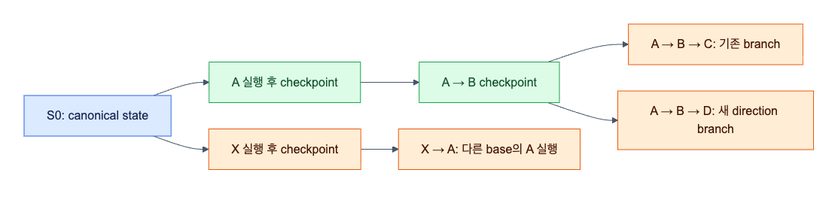
djm07073/baton-research keeps this Mermaid diagram as assets/diagrams/diagram-16.png. Above is the earlier version. Its source is kept beside it as assets/diagrams/diagram-16.mmd.
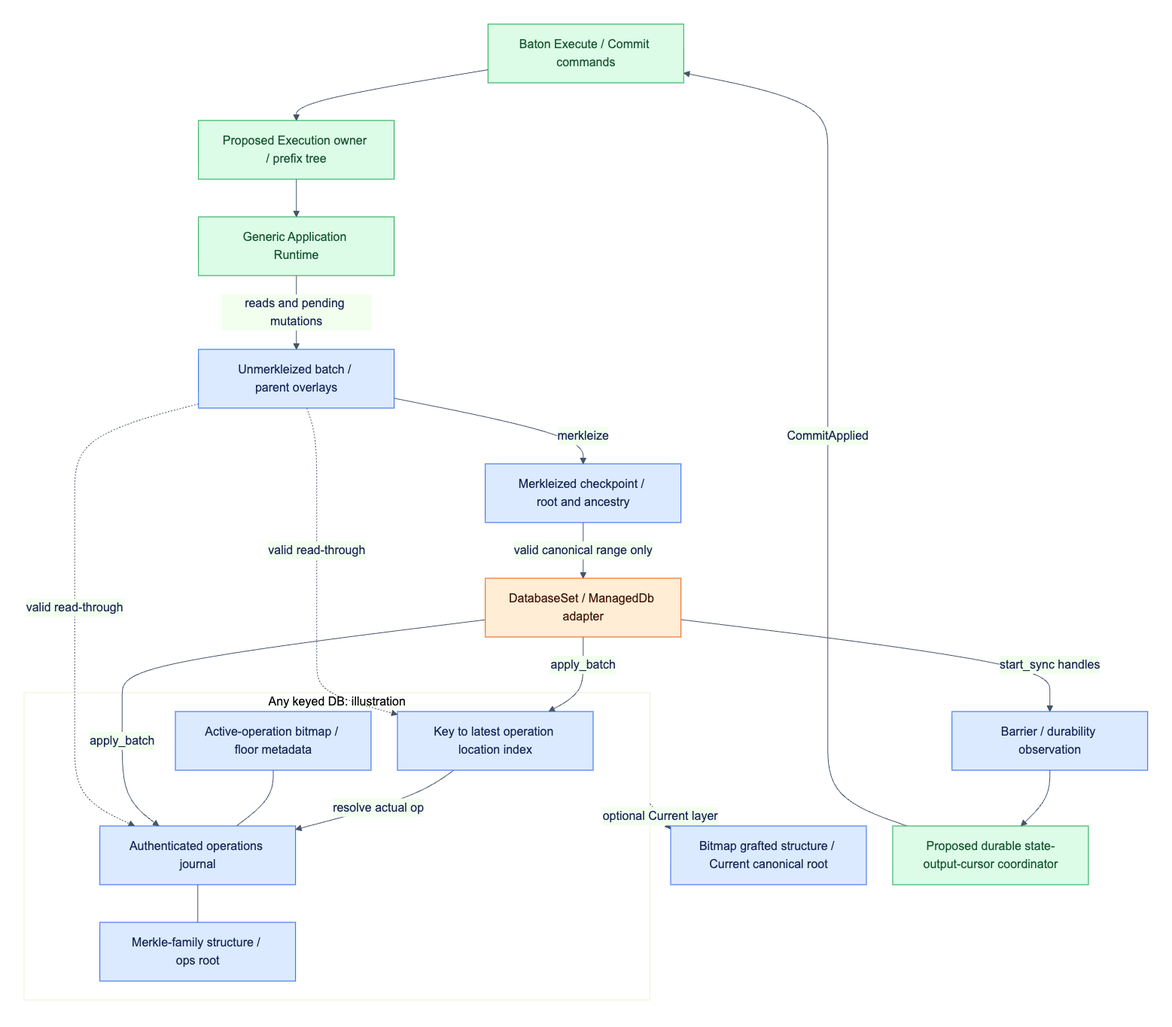
The same diagram one commit later.

The edit, as a diff of the source:
```diff
@@ -1,13 +1,29 @@
-flowchart LR
-    S[S0: canonical state] --> A[A 실행 후 checkpoint]
-    A --> AB[A → B checkpoint]
-    AB --> ABC[A → B → C: 기존 branch]
-    AB --> ABD[A → B → D: 새 direction branch]
-    S --> X[X 실행 후 checkpoint]
-    X --> XA[X → A: 다른 base의 A 실행]
-    classDef canonical fill:#dbeafe,stroke:#2563eb,color:#172554;
-    classDef reuse fill:#dcfce7,stroke:#16a34a,color:#14532d;
-    classDef pending fill:#ffedd5,stroke:#ea580c,color:#431407;
-    class S canonical;
-    class A,AB reuse;
-    class ABC,ABD,X,XA pending;
+flowchart TB
+    B[Baton Execute / Commit commands] --> O[Proposed Execution owner / prefix tree]
+    O --> R[Generic Application Runtime]
+    R -->|reads and pending mutations| U[Unmerkleized batch / parent overlays]
+    U -->|merkleize| K[Merkleized checkpoint / root and ancestry]
+    K -->|valid canonical range only| D[DatabaseSet / ManagedDb adapter]
+    subgraph Q[Any keyed DB: illustration]
+        I[Key to latest operation location index]
+        L[Authenticated operations journal]
+        M[Merkle-family structure / ops root]
+        A[Active-operation bitmap / floor metadata]
+        I -->|resolve actual op| L
+        L --- M
+        A --- L
+    end
+    D -->|apply_batch| I
+    D -->|apply_batch| L
+    U -. valid read-through .-> I
+    U -. valid read-through .-> L
+    Q -. optional Current layer .-> C[Bitmap grafted structure / Current canonical root]
+    D -->|start_sync handles| F[Barrier / durability observation]
+    F --> J[Proposed durable state-output-cursor coordinator]
+    J -->|CommitApplied| B
+    classDef reuse fill:#dbeafe,stroke:#2563eb,color:#172554;
+    classDef adapt fill:#ffedd5,stroke:#ea580c,color:#431407;
+    classDef fresh fill:#dcfce7,stroke:#16a34a,color:#14532d;
+    class U,K,I,L,M,A,C,F reuse;
+    class D adapt;
+    class B,O,R,J fresh;
```
